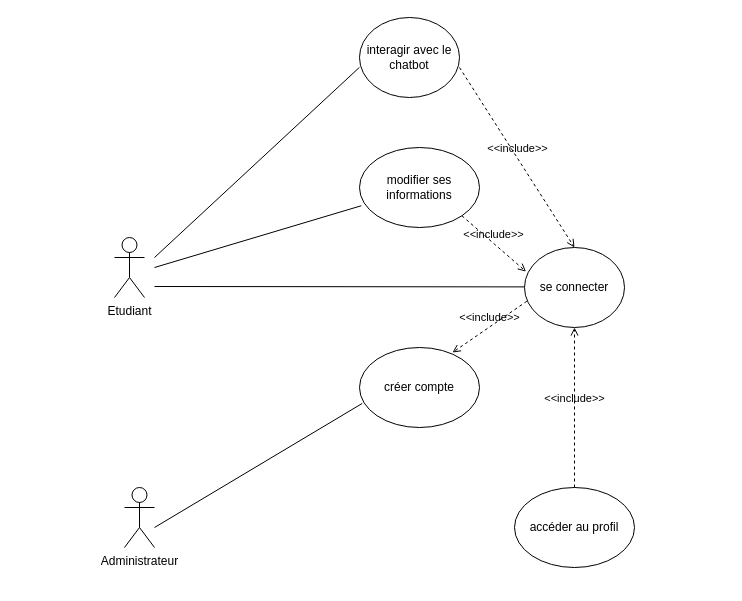
AguirChams/ChatbotAskMia keeps this draw.io diagram as usecase.drawio. Above is the earlier version. Source tidied: cells renumbered, new cells numbered last; positions are measured from the earlier drawing's top-left corner, leaving out a move shared by most shapes. Both pictures are drawn from the tidied source at 100%, with x=0, y=0 at pixel (114, 17).
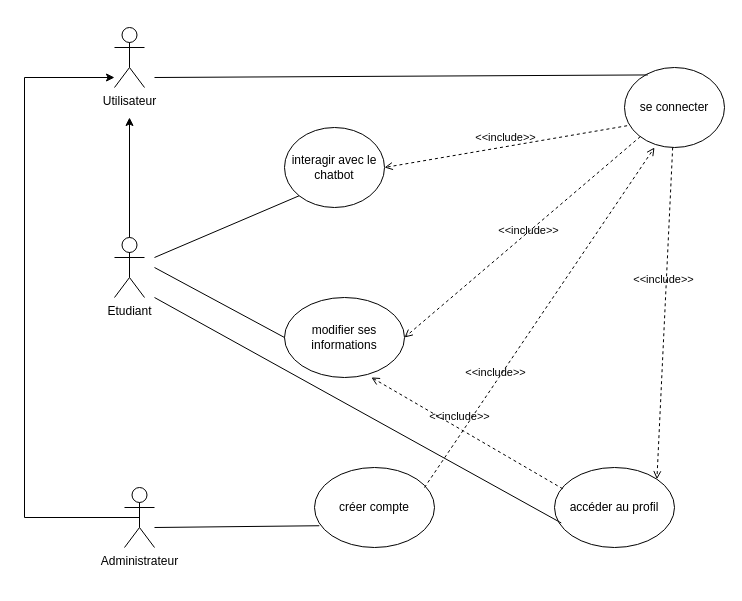
The same diagram, later.

The change refers to these unchanged cells:
```xml
<mxCell id="2" value="Etudiant" style="shape=umlActor;verticalLabelPosition=bottom;verticalAlign=top;html=1;outlineConnect=0;" parent="1" vertex="1">
  <mxGeometry y="220" width="30" height="60" as="geometry" />
</mxCell>
<mxCell id="3" value="Administrateur&lt;div&gt;&lt;br&gt;&lt;/div&gt;" style="shape=umlActor;verticalLabelPosition=bottom;verticalAlign=top;html=1;outlineConnect=0;" parent="1" vertex="1">
  <mxGeometry x="10" y="470" width="30" height="60" as="geometry" />
</mxCell>
```

The edit, as a diff of the source:
```diff
@@
+    <mxCell id="17" style="edgeStyle=orthogonalEdgeStyle;rounded=0;jettySize=auto;html=1;exitX=0.5;exitY=0.5;exitDx=0;exitDy=0;exitPerimeter=0;" parent="1" edge="1" source="2">
+      <mxGeometry relative="1" as="geometry">
+        <mxPoint x="15" y="100" as="targetPoint" />
+      </mxGeometry>
+    </mxCell>
@@
     <mxCell id="4" value="se connecter" style="ellipse;whiteSpace=wrap;html=1;" parent="1" vertex="1">
-      <mxGeometry x="410" y="230" width="100" height="80" as="geometry" />
+      <mxGeometry x="510" y="50" width="100" height="80" as="geometry" />
     </mxCell>
     <mxCell id="5" value="créer compte" style="ellipse;whiteSpace=wrap;html=1;" parent="1" vertex="1">
-      <mxGeometry x="245" y="330" width="120" height="80" as="geometry" />
+      <mxGeometry x="200" y="450" width="120" height="80" as="geometry" />
     </mxCell>
     <mxCell id="6" value="accéder au profil" style="ellipse;whiteSpace=wrap;html=1;" parent="1" vertex="1">
-      <mxGeometry x="400" y="470" width="120" height="80" as="geometry" />
+      <mxGeometry x="440" y="450" width="120" height="80" as="geometry" />
     </mxCell>
     <mxCell id="7" value="modifier ses informations" style="ellipse;whiteSpace=wrap;html=1;" parent="1" vertex="1">
-      <mxGeometry x="245" y="130" width="120" height="80" as="geometry" />
+      <mxGeometry x="170" y="280" width="120" height="80" as="geometry" />
     </mxCell>
     <mxCell id="8" value="interagir avec le chatbot" style="ellipse;whiteSpace=wrap;html=1;" parent="1" vertex="1">
-      <mxGeometry x="245" width="100" height="80" as="geometry" />
+      <mxGeometry x="170" y="110" width="100" height="80" as="geometry" />
     </mxCell>
-    <mxCell id="9" style="endArrow=none;html=1;rounded=0;entryX=0.023;entryY=0.699;entryDx=0;entryDy=0;entryPerimeter=0;" parent="1" edge="1" target="5">
+    <mxCell id="9" style="endArrow=none;html=1;rounded=0;entryX=0.04;entryY=0.728;entryDx=0;entryDy=0;entryPerimeter=0;" parent="1" edge="1" target="5">
       <mxGeometry relative="1" as="geometry">
         <mxPoint x="40" y="510" as="sourcePoint" />
       </mxGeometry>
     </mxCell>
-    <mxCell id="10" value="&amp;lt;&amp;lt;include&amp;gt;&amp;gt;" style="html=1;verticalAlign=bottom;labelBackgroundColor=none;endArrow=open;endFill=0;dashed=1;rounded=0;exitX=0.5;exitY=0;exitDx=0;exitDy=0;entryX=0.5;entryY=1;entryDx=0;entryDy=0;" parent="1" edge="1" source="6" target="4">
-      <mxGeometry relative="1" as="geometry" />
+    <mxCell id="10" value="&amp;lt;&amp;lt;include&amp;gt;&amp;gt;" style="html=1;verticalAlign=bottom;labelBackgroundColor=none;endArrow=open;endFill=0;dashed=1;rounded=0;entryX=1;entryY=0;entryDx=0;entryDy=0;" parent="1" edge="1" source="4" target="6">
+      <mxGeometry x="-0.15" y="-2" relative="1" as="geometry" />
     </mxCell>
-    <mxCell id="11" value="&amp;lt;&amp;lt;include&amp;gt;&amp;gt;" style="html=1;verticalAlign=bottom;labelBackgroundColor=none;endArrow=open;endFill=0;dashed=1;rounded=0;entryX=0.775;entryY=0.063;entryDx=0;entryDy=0;entryPerimeter=0;exitX=0.024;exitY=0.671;exitDx=0;exitDy=0;exitPerimeter=0;" parent="1" edge="1" source="4" target="5">
-      <mxGeometry relative="1" as="geometry" />
+    <mxCell id="11" value="&amp;lt;&amp;lt;include&amp;gt;&amp;gt;" style="html=1;verticalAlign=bottom;labelBackgroundColor=none;endArrow=open;endFill=0;dashed=1;rounded=0;entryX=0.3;entryY=1;entryDx=0;entryDy=0;entryPerimeter=0;" parent="1" edge="1" target="4">
+      <mxGeometry x="-0.38" relative="1" as="geometry">
+        <mxPoint x="310" y="470" as="sourcePoint" />
+        <mxPoint y="-1" as="offset" />
+      </mxGeometry>
     </mxCell>
-    <mxCell id="12" value="&amp;lt;&amp;lt;include&amp;gt;&amp;gt;" style="html=1;verticalAlign=bottom;labelBackgroundColor=none;endArrow=open;endFill=0;dashed=1;rounded=0;entryX=0.015;entryY=0.301;entryDx=0;entryDy=0;entryPerimeter=0;exitX=1;exitY=1;exitDx=0;exitDy=0;" parent="1" edge="1" source="7" target="4">
-      <mxGeometry relative="1" as="geometry" />
+    <mxCell id="12" value="&amp;lt;&amp;lt;include&amp;gt;&amp;gt;" style="html=1;verticalAlign=bottom;labelBackgroundColor=none;endArrow=open;endFill=0;dashed=1;rounded=0;entryX=1;entryY=0.5;entryDx=0;entryDy=0;" parent="1" edge="1" source="4" target="7">
+      <mxGeometry x="-0.02" y="6" relative="1" as="geometry" />
     </mxCell>
-    <mxCell id="13" style="endArrow=none;html=1;rounded=0;entryX=-0.001;entryY=0.624;entryDx=0;entryDy=0;entryPerimeter=0;" parent="1" edge="1" target="8">
+    <mxCell id="13" style="endArrow=none;html=1;rounded=0;entryX=0;entryY=1;entryDx=0;entryDy=0;" parent="1" edge="1" target="8">
       <mxGeometry relative="1" as="geometry">
         <mxPoint x="40" y="240" as="sourcePoint" />
       </mxGeometry>
     </mxCell>
-    <mxCell id="14" style="endArrow=none;html=1;rounded=0;entryX=0;entryY=0.5;entryDx=0;entryDy=0;" parent="1" edge="1">
+    <mxCell id="14" style="endArrow=none;html=1;rounded=0;entryX=0.233;entryY=0.093;entryDx=0;entryDy=0;entryPerimeter=0;" parent="1" edge="1" target="4">
       <mxGeometry relative="1" as="geometry">
-        <mxPoint x="40" y="269" as="sourcePoint" />
-        <mxPoint x="410" y="269.4" as="targetPoint" />
+        <mxPoint x="40" y="60" as="sourcePoint" />
       </mxGeometry>
     </mxCell>
-    <mxCell id="15" style="endArrow=none;html=1;rounded=0;entryX=0.015;entryY=0.728;entryDx=0;entryDy=0;entryPerimeter=0;" parent="1" edge="1" target="7">
+    <mxCell id="15" style="endArrow=none;html=1;rounded=0;entryX=0;entryY=0.5;entryDx=0;entryDy=0;" parent="1" edge="1" target="7">
       <mxGeometry relative="1" as="geometry">
         <mxPoint x="40" y="250" as="sourcePoint" />
       </mxGeometry>
     </mxCell>
-    <mxCell id="16" value="&amp;lt;&amp;lt;include&amp;gt;&amp;gt;" style="html=1;verticalAlign=bottom;labelBackgroundColor=none;endArrow=open;endFill=0;dashed=1;rounded=0;entryX=0.5;entryY=0;entryDx=0;entryDy=0;" parent="1" edge="1" target="4">
-      <mxGeometry relative="1" as="geometry">
-        <mxPoint x="345" y="50" as="sourcePoint" />
-      </mxGeometry>
+    <mxCell id="16" value="&amp;lt;&amp;lt;include&amp;gt;&amp;gt;" style="html=1;verticalAlign=bottom;labelBackgroundColor=none;endArrow=open;endFill=0;dashed=1;rounded=0;entryX=1;entryY=0.5;entryDx=0;entryDy=0;exitX=0.026;exitY=0.728;exitDx=0;exitDy=0;exitPerimeter=0;" parent="1" edge="1" source="4" target="8">
+      <mxGeometry relative="1" as="geometry" />
     </mxCell>
+    <mxCell id="18" value="&amp;lt;&amp;lt;include&amp;gt;&amp;gt;" style="html=1;verticalAlign=bottom;labelBackgroundColor=none;endArrow=open;endFill=0;dashed=1;rounded=0;exitX=0.319;exitY=0.054;exitDx=0;exitDy=0;exitPerimeter=0;entryX=0.724;entryY=0.999;entryDx=0;entryDy=0;entryPerimeter=0;" parent="1" edge="1" target="7">
+      <mxGeometry x="0.09" y="-3" relative="1" as="geometry">
+        <mxPoint x="448.3" y="471.3" as="sourcePoint" />
+      </mxGeometry>
+    </mxCell>
+    <mxCell id="19" value="Utilisateur" style="shape=umlActor;verticalLabelPosition=bottom;verticalAlign=top;html=1;outlineConnect=0;" parent="1" vertex="1">
+      <mxGeometry y="10" width="30" height="60" as="geometry" />
+    </mxCell>
+    <mxCell id="20" style="edgeStyle=orthogonalEdgeStyle;rounded=0;jettySize=auto;html=1;exitX=0.5;exitY=0.5;exitDx=0;exitDy=0;exitPerimeter=0;" parent="1" edge="1" source="3" target="19">
+      <mxGeometry relative="1" as="geometry">
+        <Array as="points">
+          <mxPoint x="-90" y="500" />
+          <mxPoint x="-90" y="60" />
+        </Array>
+      </mxGeometry>
+    </mxCell>
+    <mxCell id="21" style="endArrow=none;html=1;rounded=0;entryX=0.056;entryY=0.693;entryDx=0;entryDy=0;entryPerimeter=0;" parent="1" edge="1" target="6">
+      <mxGeometry relative="1" as="geometry">
+        <mxPoint x="40" y="280" as="sourcePoint" />
+      </mxGeometry>
+    </mxCell>
```
